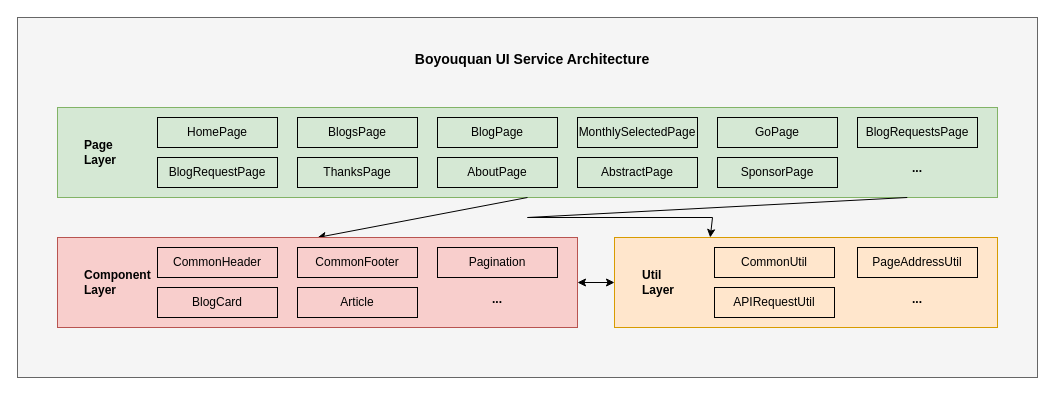
The draw.io diagram page "frontend-architecture" (3 of 3) of images/readme/boyouquan.drawio in leileiluoluo/boyouquan, before the edit. Source tidied: cells renumbered, new cells numbered last; positions are measured from the earlier drawing's top-left corner, leaving out a move shared by most shapes. Both pictures are drawn from the tidied source at 100%, with x=0, y=0 at pixel (17, 17).
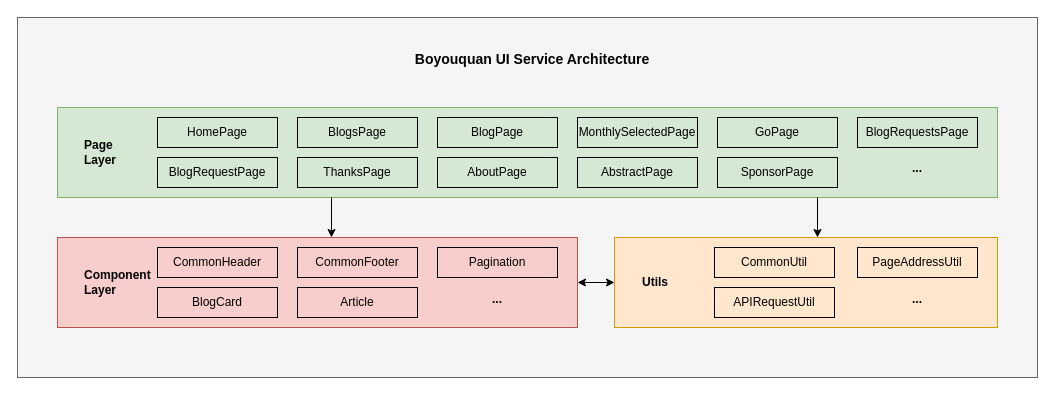
The same diagram, later.

The change refers to these unchanged cells:
```xml
<mxCell id="3" style="rounded=0;whiteSpace=wrap;html=1;fillColor=#fad9d5;strokeColor=#ae4132;" parent="1" vertex="1">
  <mxGeometry x="40" y="220" width="520" height="90" as="geometry" />
</mxCell>
<mxCell id="6" style="rounded=0;whiteSpace=wrap;html=1;fillColor=#d5e8d4;strokeColor=#82b366;" parent="1" vertex="1">
  <mxGeometry x="40" y="90" width="940" height="90" as="geometry" />
</mxCell>
<mxCell id="15" style="rounded=0;whiteSpace=wrap;html=1;fillColor=#ffe6cc;strokeColor=#d79b00;" parent="1" vertex="1">
  <mxGeometry x="597" y="220" width="383" height="90" as="geometry" />
</mxCell>
```

Change to the diagram source:
```diff
@@
-    <mxCell id="14" style="endArrow=classic;html=1;rounded=0;exitX=0.5;exitY=1;exitDx=0;exitDy=0;entryX=0.5;entryY=0;entryDx=0;entryDy=0;" parent="1" edge="1" source="6" target="3">
-      <mxGeometry relative="1" as="geometry" />
+    <mxCell id="14" style="endArrow=classic;html=1;rounded=0;" parent="1" edge="1">
+      <mxGeometry relative="1" as="geometry">
+        <mxPoint x="314" y="180" as="sourcePoint" />
+        <mxPoint x="314" y="220" as="targetPoint" />
+      </mxGeometry>
     </mxCell>
@@
-    <mxCell id="17" value="Util&amp;nbsp;&lt;div&gt;Layer&lt;/div&gt;" style="text;html=1;align=left;verticalAlign=middle;whiteSpace=wrap;rounded=0;fontStyle=1;fontSize=12;" parent="1" vertex="1">
+    <mxCell id="17" value="Utils" style="text;html=1;align=left;verticalAlign=middle;whiteSpace=wrap;rounded=0;fontStyle=1;fontSize=12;" parent="1" vertex="1">
       <mxGeometry x="623" y="250" width="60" height="30" as="geometry" />
     </mxCell>
@@
-    <mxCell id="23" style="endArrow=classic;html=1;rounded=0;entryX=0.25;entryY=0;entryDx=0;entryDy=0;exitX=0.904;exitY=1;exitDx=0;exitDy=0;exitPerimeter=0;" parent="1" edge="1" source="6" target="15">
-      <mxGeometry relative="1" as="geometry">
-        <Array as="points">
-          <mxPoint x="510" y="200" />
-          <mxPoint x="695" y="200" />
-        </Array>
-      </mxGeometry>
-    </mxCell>
@@
+    <mxCell id="38" style="endArrow=classic;html=1;rounded=0;" parent="1" edge="1">
+      <mxGeometry relative="1" as="geometry">
+        <mxPoint x="800" y="180" as="sourcePoint" />
+        <mxPoint x="800" y="220" as="targetPoint" />
+      </mxGeometry>
+    </mxCell>
```
